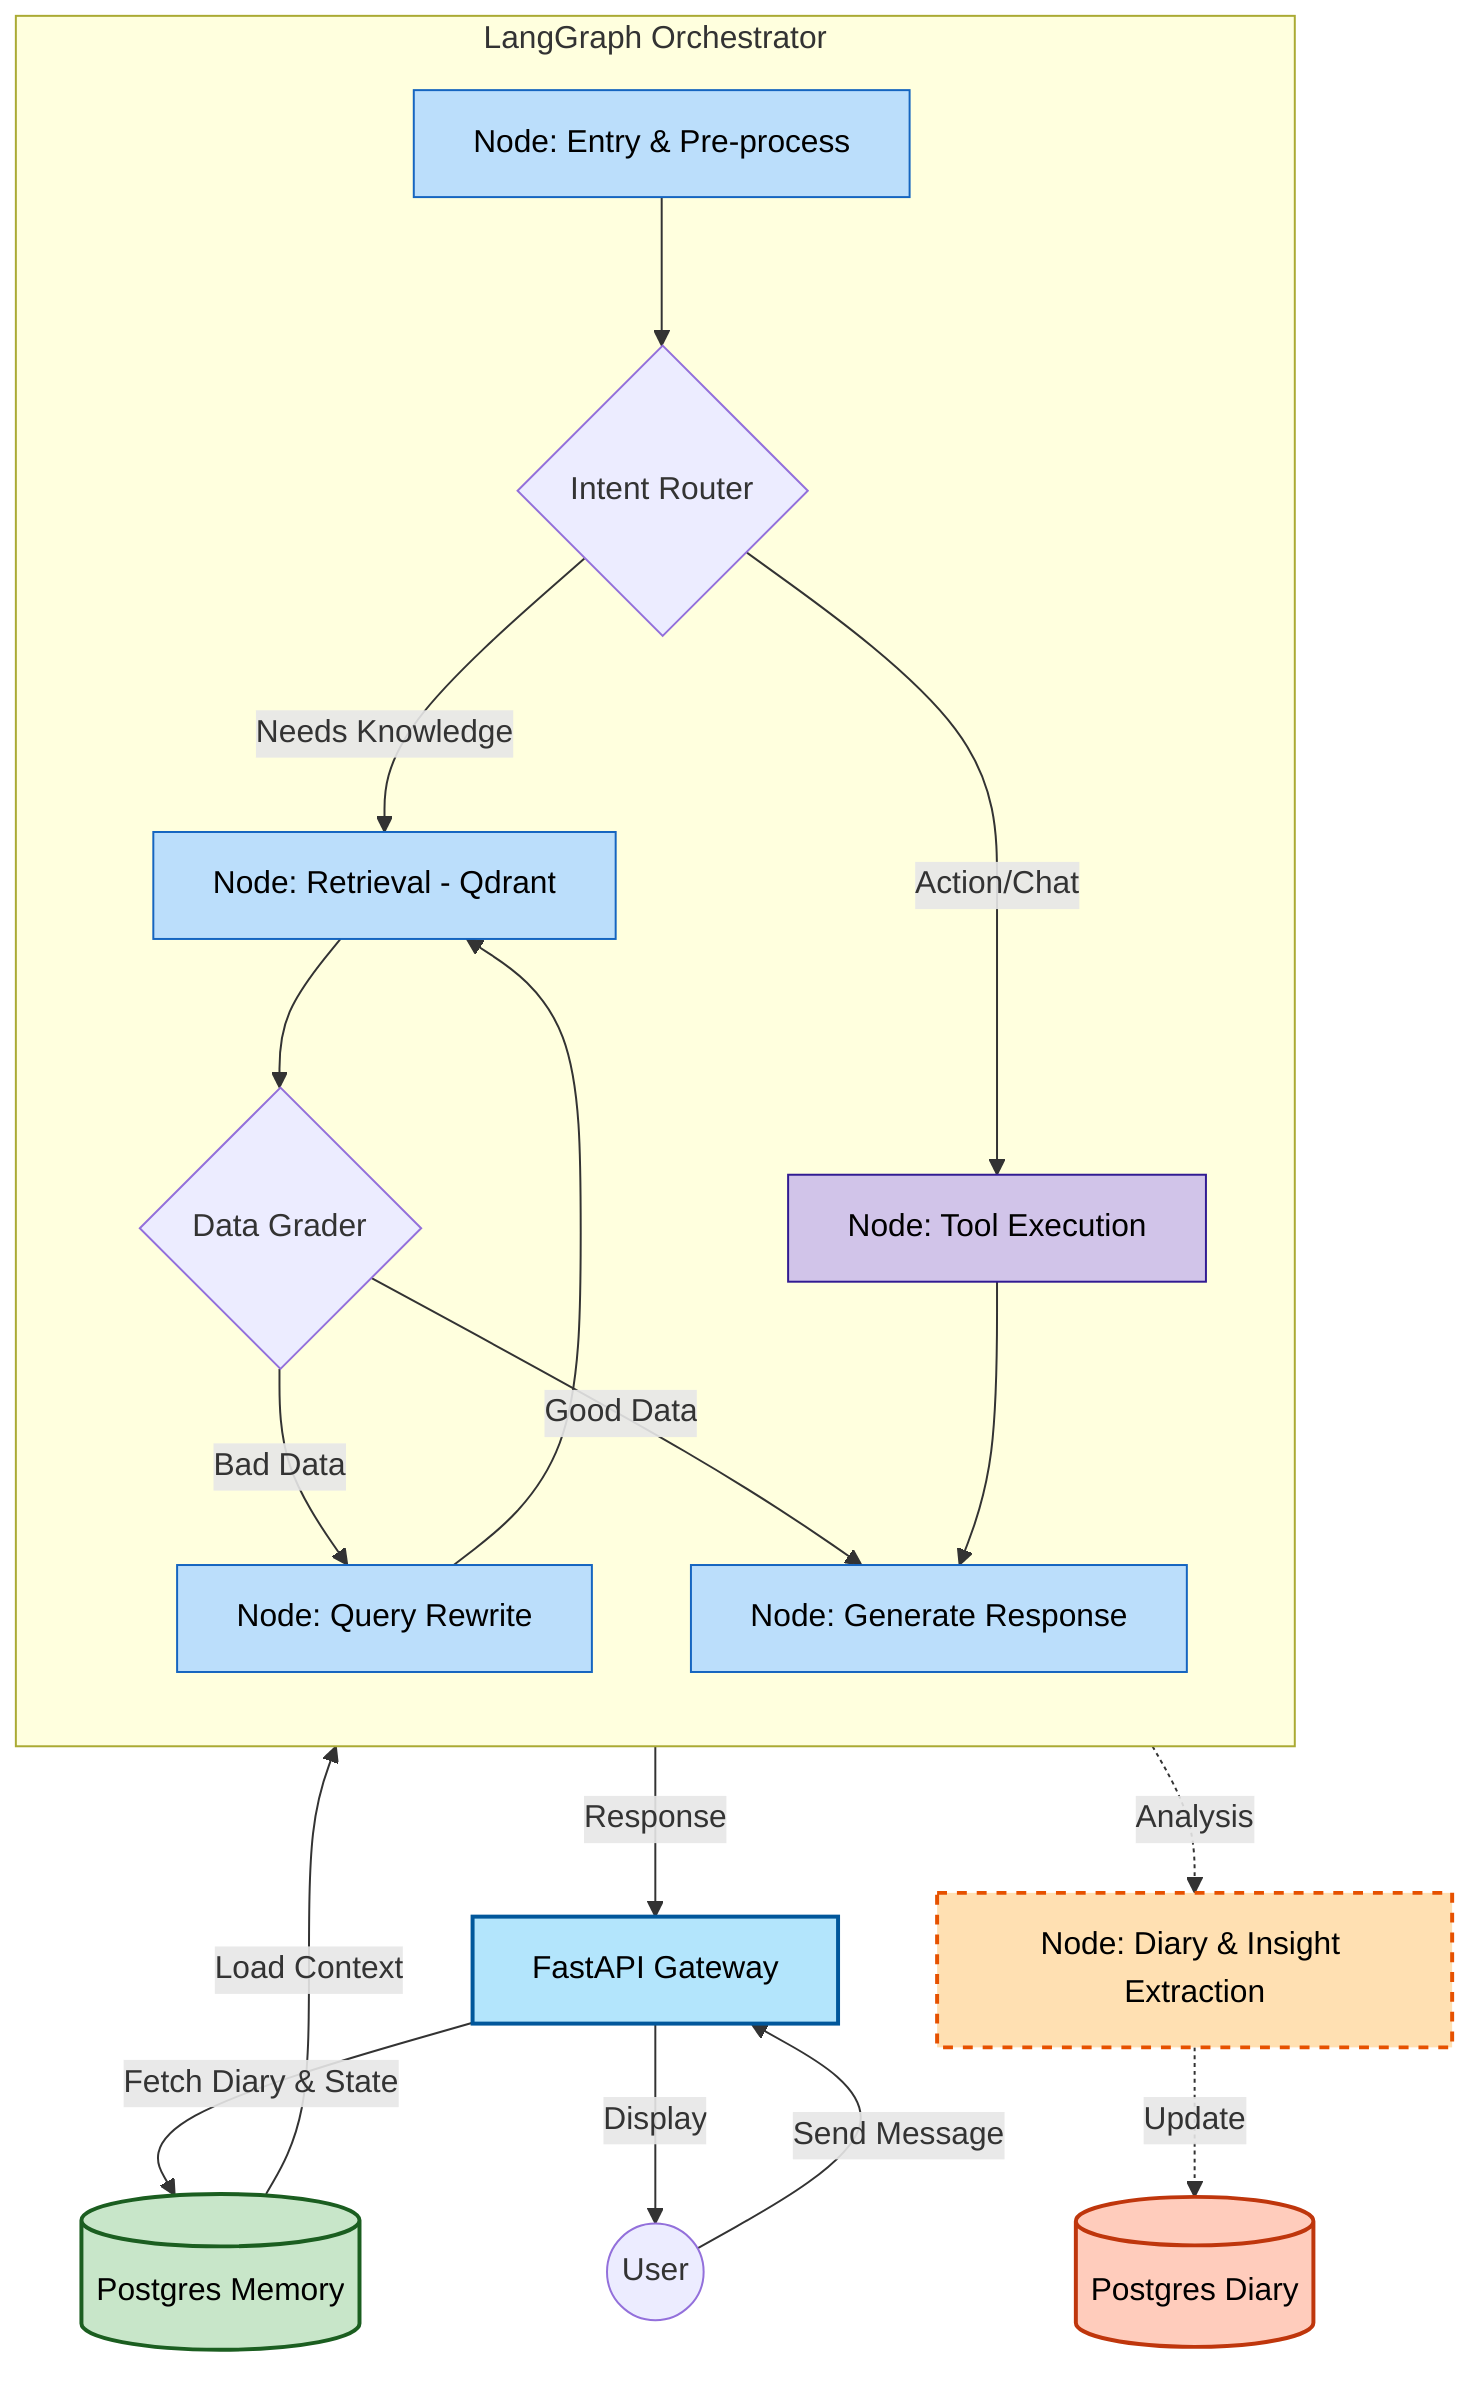
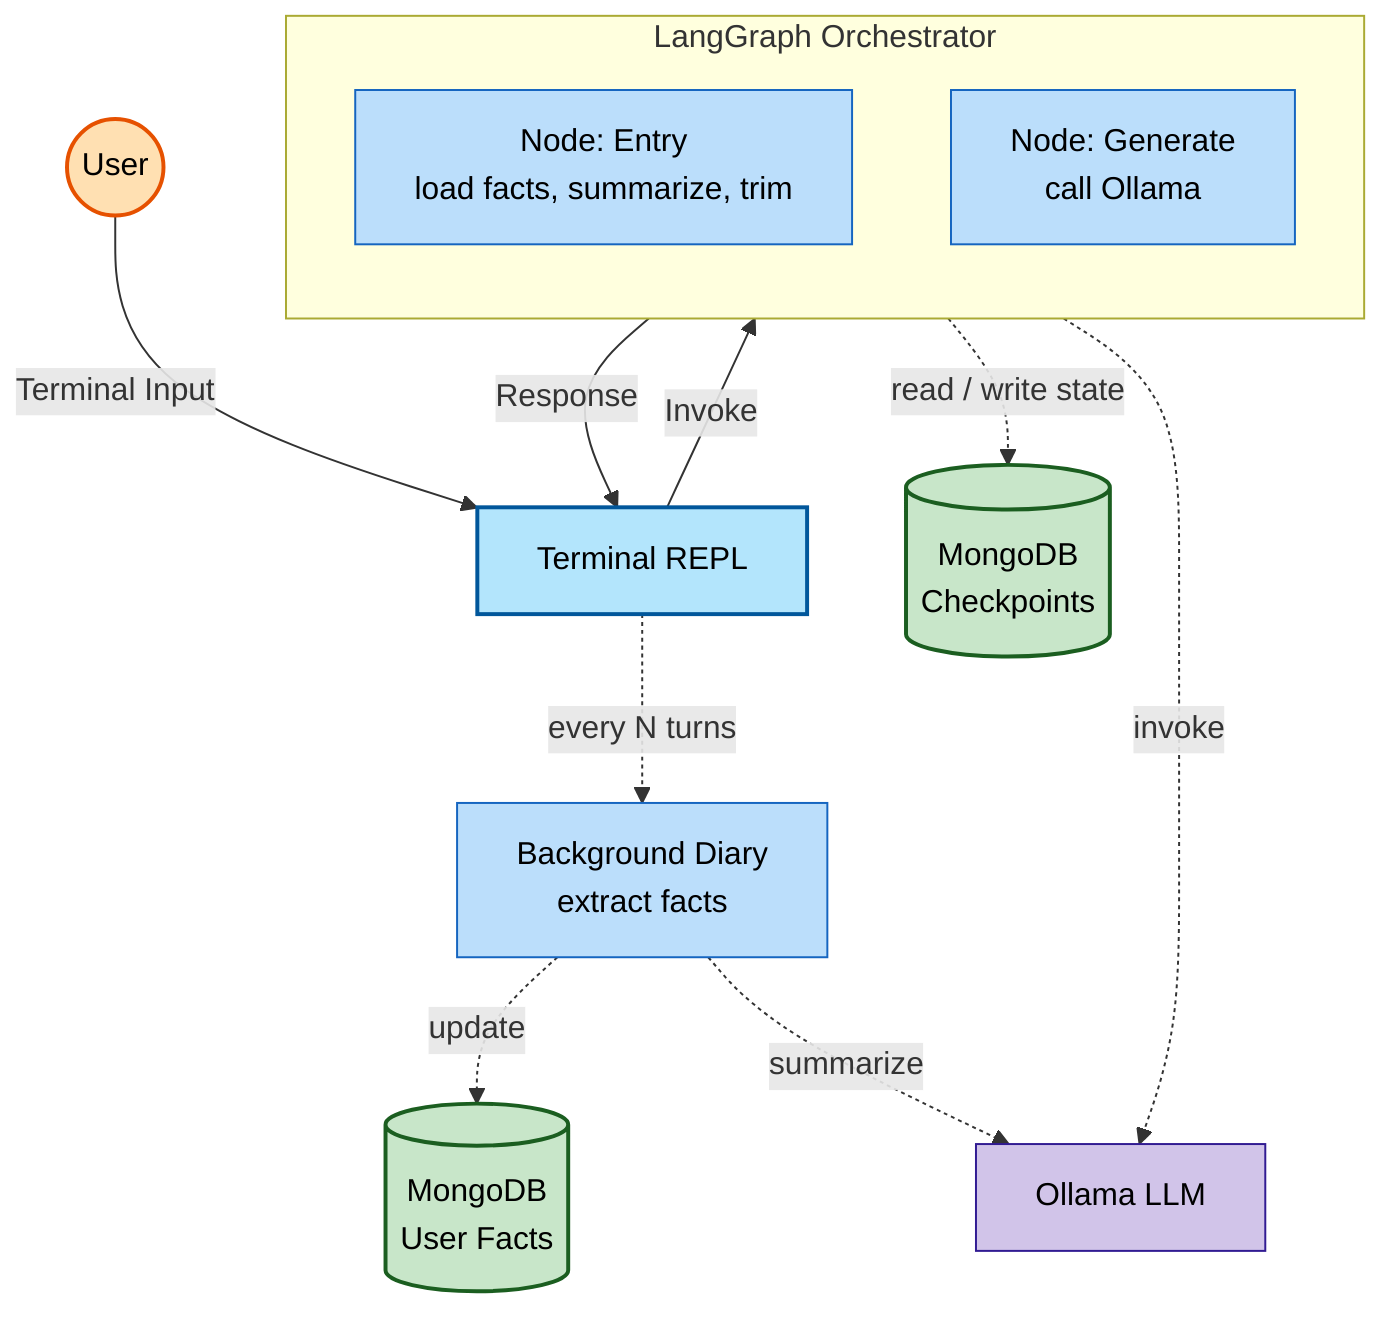
graph TD
-     classDef api fill:#B3E5FC,stroke:#01579B,stroke-width:2px,color:#000;
+     classDef repl fill:#B3E5FC,stroke:#01579B,stroke-width:2px,color:#000;
    classDef storage fill:#C8E6C9,stroke:#1B5E20,stroke-width:2px,color:#000;
-     classDef rag fill:#BBDEFB,stroke:#1565C0,stroke-width:1px,color:#000;
-     classDef tool fill:#D1C4E9,stroke:#311B92,stroke-width:1px,color:#000;
-     classDef bgNode fill:#FFE0B2,stroke:#E65100,stroke-width:2px,stroke-dasharray: 5 5,color:#000;
-     classDef bgStorage fill:#FFCCBC,stroke:#BF360C,stroke-width:2px,color:#000;
+     classDef node fill:#BBDEFB,stroke:#1565C0,stroke-width:1px,color:#000;
+     classDef user fill:#FFE0B2,stroke:#E65100,stroke-width:2px,color:#000;
+     classDef llm fill:#D1C4E9,stroke:#311B92,stroke-width:1px,color:#000;

-     User((User)) -- "Send Message" --> API[FastAPI Gateway]
- 
-     API -- "Fetch Diary & State" --> Postgres[(Postgres Memory)]
-     Postgres -- "Load Context" --> EntryNode[Node: Entry & Pre-process]
+     User((User)) -- "Terminal Input" --> REPL[Terminal REPL]

    subgraph LangGraph [LangGraph Orchestrator]
        direction TB
-         EntryNode --> Router{Intent Router}
- 
-         Router -- "Needs Knowledge" --> RAGNode[Node: Retrieval - Qdrant]
-         RAGNode --> Grader{Data Grader}
-         Grader -- "Bad Data" --> Rewrite[Node: Query Rewrite]
-         Rewrite --> RAGNode
-         Grader -- "Good Data" --> GenNode[Node: Generate Response]
- 
-         Router -- "Action/Chat" --> ToolNode[Node: Tool Execution]
-         ToolNode --> GenNode
+         EntryNode[Node: Entry<br/>load facts, summarize, trim]
+         GenerateNode[Node: Generate<br/>call Ollama]
    end

-     GenNode -- "Response" --> API
-     API -- "Display" --> User
+     REPL -- "Invoke" --> EntryNode
+     GenerateNode -- "Response" --> REPL

-     GenNode -.->|Analysis| DiaryNode[Node: Diary & Insight Extraction]
-     DiaryNode -.->|Update| DB_Update[(Postgres Diary)]
+     EntryNode -.->|read / write state| MongoDB[(MongoDB<br/>Checkpoints)]
+     GenerateNode -.->|invoke| Ollama[Ollama LLM]

-     class API api;
-     class Postgres,VDB storage;
-     class RAGNode,Rewrite,GenNode,EntryNode rag;
-     class ToolNode tool;
-     class DiaryNode bgNode;
-     class DB_Update bgStorage;+     REPL -.->|every N turns| Diary[Background Diary<br/>extract facts]
+     Diary -.->|update| MongoDB2[(MongoDB<br/>User Facts)]
+     Diary -.->|summarize| Ollama
+ 
+     class REPL repl;
+     class MongoDB,MongoDB2 storage;
+     class EntryNode,GenerateNode,Diary node;
+     class User user;
+     class Ollama llm;
